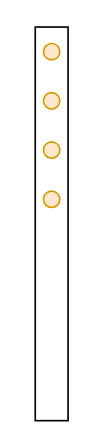
Before: Untitled Diagram.drawio in yn8/chaos, a draw.io diagram. Source tidied: cells renumbered, new cells numbered last; positions are measured from the earlier drawing's top-left corner, leaving out a move shared by most shapes. Both pictures are drawn from the tidied source at 164%, with x=0, y=0 at pixel (34, 26).
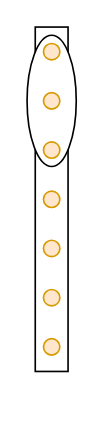
After the change.

Change to the diagram source:
```diff
@@
 <mxGraphModel>
   <root>
     <mxCell id="0" />
     <mxCell id="1" parent="0" />
     <mxCell id="2" style="html=1;perimeter=orthogonalPerimeter;" parent="1" vertex="1">
-      <mxGeometry width="20" height="240" as="geometry" />
+      <mxGeometry width="20" height="210" as="geometry" />
     </mxCell>
     <mxCell id="3" style="verticalLabelPosition=bottom;verticalAlign=top;html=1;shape=mxgraph.flowchart.on-page_reference;fillColor=#ffe6cc;strokeColor=#d79b00;" parent="1" vertex="1">
       <mxGeometry x="5" y="10" width="10" height="10" as="geometry" />
     </mxCell>
     <mxCell id="4" style="verticalLabelPosition=bottom;verticalAlign=top;html=1;shape=mxgraph.flowchart.on-page_reference;fillColor=#ffe6cc;strokeColor=#d79b00;" parent="1" vertex="1">
       <mxGeometry x="5" y="40" width="10" height="10" as="geometry" />
     </mxCell>
     <mxCell id="5" style="verticalLabelPosition=bottom;verticalAlign=top;html=1;shape=mxgraph.flowchart.on-page_reference;fillColor=#ffe6cc;strokeColor=#d79b00;" parent="1" vertex="1">
       <mxGeometry x="5" y="70" width="10" height="10" as="geometry" />
     </mxCell>
     <mxCell id="6" style="verticalLabelPosition=bottom;verticalAlign=top;html=1;shape=mxgraph.flowchart.on-page_reference;fillColor=#ffe6cc;strokeColor=#d79b00;" parent="1" vertex="1">
       <mxGeometry x="5" y="100" width="10" height="10" as="geometry" />
     </mxCell>
+    <mxCell id="7" style="verticalLabelPosition=bottom;verticalAlign=top;html=1;shape=mxgraph.flowchart.on-page_reference;fillColor=#ffe6cc;strokeColor=#d79b00;" parent="1" vertex="1">
+      <mxGeometry x="5" y="130" width="10" height="10" as="geometry" />
+    </mxCell>
+    <mxCell id="8" style="verticalLabelPosition=bottom;verticalAlign=top;html=1;shape=mxgraph.flowchart.on-page_reference;fillColor=#ffe6cc;strokeColor=#d79b00;" parent="1" vertex="1">
+      <mxGeometry x="5" y="160" width="10" height="10" as="geometry" />
+    </mxCell>
+    <mxCell id="9" style="verticalLabelPosition=bottom;verticalAlign=top;html=1;shape=mxgraph.flowchart.on-page_reference;fillColor=#ffe6cc;strokeColor=#d79b00;" parent="1" vertex="1">
+      <mxGeometry x="5" y="190" width="10" height="10" as="geometry" />
+    </mxCell>
+    <mxCell id="10" style="ellipse;whiteSpace=wrap;html=1;" parent="1" vertex="1">
+      <mxGeometry x="-5" y="5" width="30" height="80" as="geometry" />
+    </mxCell>
+    <mxCell id="11" style="verticalLabelPosition=bottom;verticalAlign=top;html=1;shape=mxgraph.flowchart.on-page_reference;fillColor=#ffe6cc;strokeColor=#d79b00;" parent="1" vertex="1">
+      <mxGeometry x="5" y="10" width="10" height="10" as="geometry" />
+    </mxCell>
+    <mxCell id="12" style="verticalLabelPosition=bottom;verticalAlign=top;html=1;shape=mxgraph.flowchart.on-page_reference;fillColor=#ffe6cc;strokeColor=#d79b00;" parent="1" vertex="1">
+      <mxGeometry x="5" y="40" width="10" height="10" as="geometry" />
+    </mxCell>
+    <mxCell id="13" style="verticalLabelPosition=bottom;verticalAlign=top;html=1;shape=mxgraph.flowchart.on-page_reference;fillColor=#ffe6cc;strokeColor=#d79b00;" parent="1" vertex="1">
+      <mxGeometry x="5" y="70" width="10" height="10" as="geometry" />
+    </mxCell>
   </root>
 </mxGraphModel>
```
